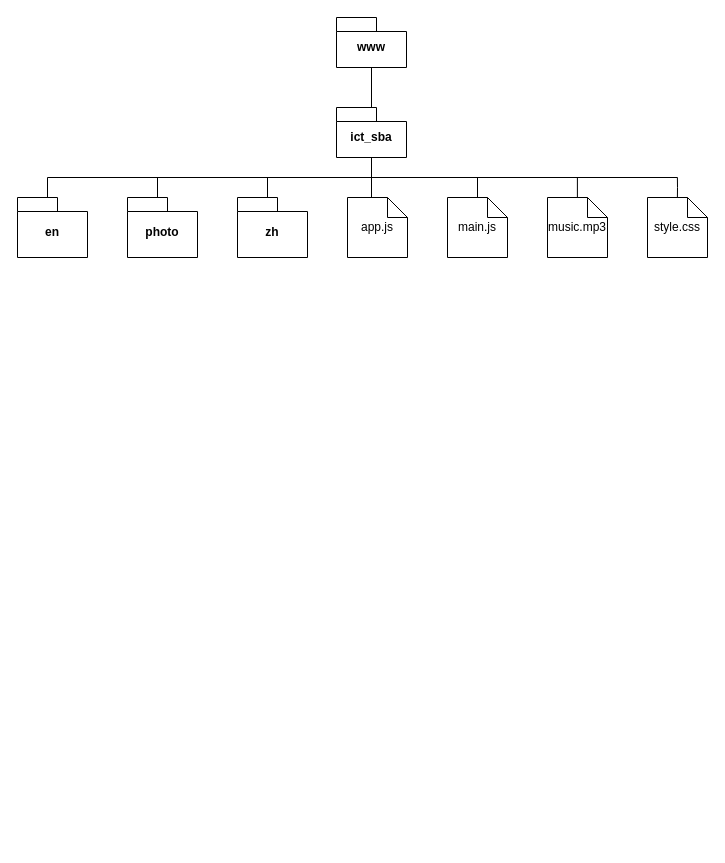
Above: 未命名绘图.drawio in timeclockouo/Time_OUO.github.io (draw.io), before the change. Source tidied: cells renumbered, new cells numbered last; positions are measured from the earlier drawing's top-left corner, leaving out a move shared by most shapes. Both pictures are drawn from the tidied source at 100%, with x=0, y=0 at pixel (17, 17).
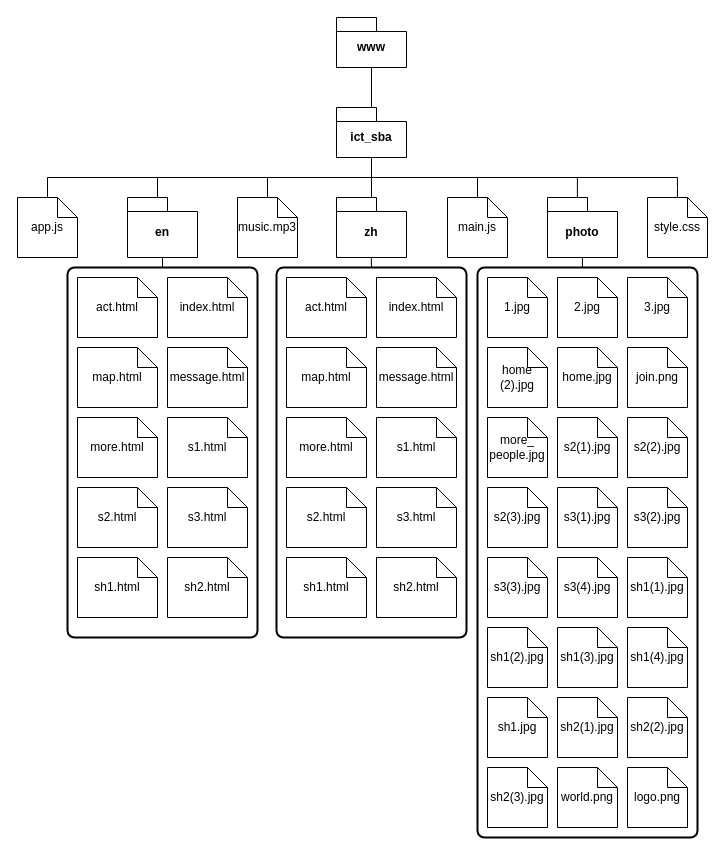
The same diagram, later.

Diff of the diagram source:
```diff
@@
     <mxCell id="3" value="en" style="shape=folder;fontStyle=1;spacingTop=10;tabWidth=40;tabHeight=14;tabPosition=left;html=1;whiteSpace=wrap;" parent="1" vertex="1">
-      <mxGeometry y="180" width="70" height="60" as="geometry" />
+      <mxGeometry x="110" y="180" width="70" height="60" as="geometry" />
     </mxCell>
     <mxCell id="4" value="photo" style="shape=folder;fontStyle=1;spacingTop=10;tabWidth=40;tabHeight=14;tabPosition=left;html=1;whiteSpace=wrap;" parent="1" vertex="1">
-      <mxGeometry x="110" y="180" width="70" height="60" as="geometry" />
+      <mxGeometry x="530" y="180" width="70" height="60" as="geometry" />
     </mxCell>
     <mxCell id="5" value="zh" style="shape=folder;fontStyle=1;spacingTop=10;tabWidth=40;tabHeight=14;tabPosition=left;html=1;whiteSpace=wrap;" parent="1" vertex="1">
-      <mxGeometry x="220" y="180" width="70" height="60" as="geometry" />
+      <mxGeometry x="319" y="180" width="70" height="60" as="geometry" />
     </mxCell>
     <mxCell id="6" value="app.js" style="shape=note;size=20;whiteSpace=wrap;html=1;" parent="1" vertex="1">
-      <mxGeometry x="330" y="180" width="60" height="60" as="geometry" />
+      <mxGeometry y="180" width="60" height="60" as="geometry" />
     </mxCell>
@@
     <mxCell id="8" value="music.mp3" style="shape=note;size=20;whiteSpace=wrap;html=1;" parent="1" vertex="1">
-      <mxGeometry x="530" y="180" width="60" height="60" as="geometry" />
+      <mxGeometry x="220" y="180" width="60" height="60" as="geometry" />
     </mxCell>
@@
+    <mxCell id="20" style="rounded=1;whiteSpace=wrap;html=1;absoluteArcSize=1;arcSize=14;strokeWidth=2;" parent="1" vertex="1">
+      <mxGeometry x="50" y="250" width="190" height="370" as="geometry" />
+    </mxCell>
+    <mxCell id="21" value="act.html" style="shape=note;size=20;whiteSpace=wrap;html=1;" parent="1" vertex="1">
+      <mxGeometry x="60" y="260" width="80" height="60" as="geometry" />
+    </mxCell>
+    <mxCell id="22" value="index.html" style="shape=note;size=20;whiteSpace=wrap;html=1;" parent="1" vertex="1">
+      <mxGeometry x="150" y="260" width="80" height="60" as="geometry" />
+    </mxCell>
+    <mxCell id="23" value="map.html" style="shape=note;size=20;whiteSpace=wrap;html=1;" parent="1" vertex="1">
+      <mxGeometry x="60" y="330" width="80" height="60" as="geometry" />
+    </mxCell>
+    <mxCell id="24" value="message.html" style="shape=note;size=20;whiteSpace=wrap;html=1;" parent="1" vertex="1">
+      <mxGeometry x="150" y="330" width="80" height="60" as="geometry" />
+    </mxCell>
+    <mxCell id="25" value="more.html" style="shape=note;size=20;whiteSpace=wrap;html=1;" parent="1" vertex="1">
+      <mxGeometry x="60" y="400" width="80" height="60" as="geometry" />
+    </mxCell>
+    <mxCell id="26" value="s1.html" style="shape=note;size=20;whiteSpace=wrap;html=1;" parent="1" vertex="1">
+      <mxGeometry x="150" y="400" width="80" height="60" as="geometry" />
+    </mxCell>
+    <mxCell id="27" value="s2.html" style="shape=note;size=20;whiteSpace=wrap;html=1;" parent="1" vertex="1">
+      <mxGeometry x="60" y="470" width="80" height="60" as="geometry" />
+    </mxCell>
+    <mxCell id="28" value="s3.html" style="shape=note;size=20;whiteSpace=wrap;html=1;" parent="1" vertex="1">
+      <mxGeometry x="150" y="470" width="80" height="60" as="geometry" />
+    </mxCell>
+    <mxCell id="29" value="sh1.html" style="shape=note;size=20;whiteSpace=wrap;html=1;" parent="1" vertex="1">
+      <mxGeometry x="60" y="540" width="80" height="60" as="geometry" />
+    </mxCell>
+    <mxCell id="30" value="sh2.html" style="shape=note;size=20;whiteSpace=wrap;html=1;" parent="1" vertex="1">
+      <mxGeometry x="150" y="540" width="80" height="60" as="geometry" />
+    </mxCell>
+    <mxCell id="31" style="endArrow=none;html=1;rounded=0;entryX=0.5;entryY=0;entryDx=0;entryDy=0;" parent="1" edge="1" target="20">
+      <mxGeometry relative="1" as="geometry">
+        <mxPoint x="145" y="240" as="sourcePoint" />
+      </mxGeometry>
+    </mxCell>
+    <mxCell id="32" style="rounded=1;whiteSpace=wrap;html=1;absoluteArcSize=1;arcSize=14;strokeWidth=2;" parent="1" vertex="1">
+      <mxGeometry x="259" y="250" width="190" height="370" as="geometry" />
+    </mxCell>
+    <mxCell id="33" value="act.html" style="shape=note;size=20;whiteSpace=wrap;html=1;" parent="1" vertex="1">
+      <mxGeometry x="269" y="260" width="80" height="60" as="geometry" />
+    </mxCell>
+    <mxCell id="34" value="index.html" style="shape=note;size=20;whiteSpace=wrap;html=1;" parent="1" vertex="1">
+      <mxGeometry x="359" y="260" width="80" height="60" as="geometry" />
+    </mxCell>
+    <mxCell id="35" value="map.html" style="shape=note;size=20;whiteSpace=wrap;html=1;" parent="1" vertex="1">
+      <mxGeometry x="269" y="330" width="80" height="60" as="geometry" />
+    </mxCell>
+    <mxCell id="36" value="message.html" style="shape=note;size=20;whiteSpace=wrap;html=1;" parent="1" vertex="1">
+      <mxGeometry x="359" y="330" width="80" height="60" as="geometry" />
+    </mxCell>
+    <mxCell id="37" value="more.html" style="shape=note;size=20;whiteSpace=wrap;html=1;" parent="1" vertex="1">
+      <mxGeometry x="269" y="400" width="80" height="60" as="geometry" />
+    </mxCell>
+    <mxCell id="38" value="s1.html" style="shape=note;size=20;whiteSpace=wrap;html=1;" parent="1" vertex="1">
+      <mxGeometry x="359" y="400" width="80" height="60" as="geometry" />
+    </mxCell>
+    <mxCell id="39" value="s2.html" style="shape=note;size=20;whiteSpace=wrap;html=1;" parent="1" vertex="1">
+      <mxGeometry x="269" y="470" width="80" height="60" as="geometry" />
+    </mxCell>
+    <mxCell id="40" value="s3.html" style="shape=note;size=20;whiteSpace=wrap;html=1;" parent="1" vertex="1">
+      <mxGeometry x="359" y="470" width="80" height="60" as="geometry" />
+    </mxCell>
+    <mxCell id="41" value="sh1.html" style="shape=note;size=20;whiteSpace=wrap;html=1;" parent="1" vertex="1">
+      <mxGeometry x="269" y="540" width="80" height="60" as="geometry" />
+    </mxCell>
+    <mxCell id="42" value="sh2.html" style="shape=note;size=20;whiteSpace=wrap;html=1;" parent="1" vertex="1">
+      <mxGeometry x="359" y="540" width="80" height="60" as="geometry" />
+    </mxCell>
+    <mxCell id="43" style="endArrow=none;html=1;rounded=0;entryX=0.5;entryY=0;entryDx=0;entryDy=0;" parent="1" edge="1">
+      <mxGeometry relative="1" as="geometry">
+        <mxPoint x="353.9" y="240" as="sourcePoint" />
+        <mxPoint x="353.9" y="250" as="targetPoint" />
+      </mxGeometry>
+    </mxCell>
+    <mxCell id="44" style="rounded=1;whiteSpace=wrap;html=1;absoluteArcSize=1;arcSize=14;strokeWidth=2;" parent="1" vertex="1">
+      <mxGeometry x="460" y="250" width="220" height="570" as="geometry" />
+    </mxCell>
+    <mxCell id="45" value="1.jpg" style="shape=note;size=20;whiteSpace=wrap;html=1;" parent="1" vertex="1">
+      <mxGeometry x="470" y="260" width="60" height="60" as="geometry" />
+    </mxCell>
+    <mxCell id="46" value="2.jpg" style="shape=note;size=20;whiteSpace=wrap;html=1;" parent="1" vertex="1">
+      <mxGeometry x="540" y="260" width="60" height="60" as="geometry" />
+    </mxCell>
+    <mxCell id="47" value="3.jpg" style="shape=note;size=20;whiteSpace=wrap;html=1;" parent="1" vertex="1">
+      <mxGeometry x="610" y="260" width="60" height="60" as="geometry" />
+    </mxCell>
+    <mxCell id="48" value="home&lt;br&gt;(2).jpg" style="shape=note;size=20;whiteSpace=wrap;html=1;" parent="1" vertex="1">
+      <mxGeometry x="470" y="330" width="60" height="60" as="geometry" />
+    </mxCell>
+    <mxCell id="49" value="home.jpg" style="shape=note;size=20;whiteSpace=wrap;html=1;" parent="1" vertex="1">
+      <mxGeometry x="540" y="330" width="60" height="60" as="geometry" />
+    </mxCell>
+    <mxCell id="50" value="join.png" style="shape=note;size=20;whiteSpace=wrap;html=1;" parent="1" vertex="1">
+      <mxGeometry x="610" y="330" width="60" height="60" as="geometry" />
+    </mxCell>
+    <mxCell id="51" value="more_&lt;br&gt;people.jpg" style="shape=note;size=20;whiteSpace=wrap;html=1;" parent="1" vertex="1">
+      <mxGeometry x="470" y="400" width="60" height="60" as="geometry" />
+    </mxCell>
+    <mxCell id="52" value="s2(1).jpg" style="shape=note;size=20;whiteSpace=wrap;html=1;" parent="1" vertex="1">
+      <mxGeometry x="540" y="400" width="60" height="60" as="geometry" />
+    </mxCell>
+    <mxCell id="53" value="s2(2).jpg" style="shape=note;size=20;whiteSpace=wrap;html=1;" parent="1" vertex="1">
+      <mxGeometry x="610" y="400" width="60" height="60" as="geometry" />
+    </mxCell>
+    <mxCell id="54" value="s2(3).jpg" style="shape=note;size=20;whiteSpace=wrap;html=1;" parent="1" vertex="1">
+      <mxGeometry x="470" y="470" width="60" height="60" as="geometry" />
+    </mxCell>
+    <mxCell id="55" value="s3(1).jpg" style="shape=note;size=20;whiteSpace=wrap;html=1;" parent="1" vertex="1">
+      <mxGeometry x="540" y="470" width="60" height="60" as="geometry" />
+    </mxCell>
+    <mxCell id="56" value="s3(2).jpg" style="shape=note;size=20;whiteSpace=wrap;html=1;" parent="1" vertex="1">
+      <mxGeometry x="610" y="470" width="60" height="60" as="geometry" />
+    </mxCell>
+    <mxCell id="57" value="s3(3).jpg" style="shape=note;size=20;whiteSpace=wrap;html=1;" parent="1" vertex="1">
+      <mxGeometry x="470" y="540" width="60" height="60" as="geometry" />
+    </mxCell>
+    <mxCell id="58" value="s3(4).jpg" style="shape=note;size=20;whiteSpace=wrap;html=1;" parent="1" vertex="1">
+      <mxGeometry x="540" y="540" width="60" height="60" as="geometry" />
+    </mxCell>
+    <mxCell id="59" value="sh1(2).jpg" style="shape=note;size=20;whiteSpace=wrap;html=1;" parent="1" vertex="1">
+      <mxGeometry x="470" y="610" width="60" height="60" as="geometry" />
+    </mxCell>
+    <mxCell id="60" value="sh1(3).jpg" style="shape=note;size=20;whiteSpace=wrap;html=1;" parent="1" vertex="1">
+      <mxGeometry x="540" y="610" width="60" height="60" as="geometry" />
+    </mxCell>
+    <mxCell id="61" value="sh1(4).jpg" style="shape=note;size=20;whiteSpace=wrap;html=1;" parent="1" vertex="1">
+      <mxGeometry x="610" y="610" width="60" height="60" as="geometry" />
+    </mxCell>
+    <mxCell id="62" value="sh1.jpg" style="shape=note;size=20;whiteSpace=wrap;html=1;" parent="1" vertex="1">
+      <mxGeometry x="470" y="680" width="60" height="60" as="geometry" />
+    </mxCell>
+    <mxCell id="63" value="sh2(1).jpg" style="shape=note;size=20;whiteSpace=wrap;html=1;" parent="1" vertex="1">
+      <mxGeometry x="540" y="680" width="60" height="60" as="geometry" />
+    </mxCell>
+    <mxCell id="64" value="sh2(2).jpg" style="shape=note;size=20;whiteSpace=wrap;html=1;" parent="1" vertex="1">
+      <mxGeometry x="610" y="680" width="60" height="60" as="geometry" />
+    </mxCell>
+    <mxCell id="65" value="sh2(3).jpg" style="shape=note;size=20;whiteSpace=wrap;html=1;" parent="1" vertex="1">
+      <mxGeometry x="470" y="750" width="60" height="60" as="geometry" />
+    </mxCell>
+    <mxCell id="66" value="world.png" style="shape=note;size=20;whiteSpace=wrap;html=1;" parent="1" vertex="1">
+      <mxGeometry x="540" y="750" width="60" height="60" as="geometry" />
+    </mxCell>
+    <mxCell id="67" value="logo.png" style="shape=note;size=20;whiteSpace=wrap;html=1;" parent="1" vertex="1">
+      <mxGeometry x="610" y="750" width="60" height="60" as="geometry" />
+    </mxCell>
+    <mxCell id="68" value="sh1(1).jpg" style="shape=note;size=20;whiteSpace=wrap;html=1;" parent="1" vertex="1">
+      <mxGeometry x="610" y="540" width="60" height="60" as="geometry" />
+    </mxCell>
+    <mxCell id="69" style="edgeStyle=orthogonalEdgeStyle;rounded=0;orthogonalLoop=1;jettySize=auto;html=1;exitX=0.5;exitY=1;exitDx=0;exitDy=0;" parent="1" edge="1" source="44" target="44">
+      <mxGeometry relative="1" as="geometry" />
+    </mxCell>
+    <mxCell id="70" style="endArrow=none;html=1;rounded=0;entryX=0.5;entryY=0;entryDx=0;entryDy=0;" parent="1" edge="1">
+      <mxGeometry relative="1" as="geometry">
+        <mxPoint x="564.9" y="240" as="sourcePoint" />
+        <mxPoint x="564.9" y="250" as="targetPoint" />
+      </mxGeometry>
+    </mxCell>
```
